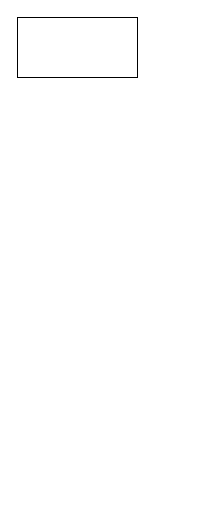
cyxm/CodeGenerator keeps this draw.io diagram as page "软件语义分类" (5 of 7) of base_model/实体和语言.drawio. Above is the earlier version. Source tidied: cells renumbered, new cells numbered last; positions are measured from the earlier drawing's top-left corner, leaving out a move shared by most shapes. Both pictures are drawn from the tidied source at 100%, with x=0, y=0 at pixel (17, 17).
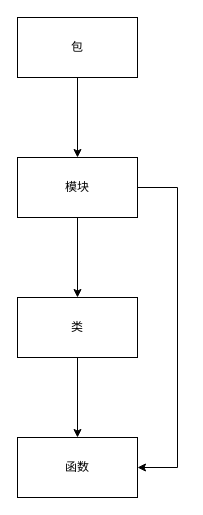
The same diagram, later.

Commit message:
更新实体和语言.drawio

The edit, as a diff of the source:
```diff
@@
 <mxGraphModel>
   <root>
     <mxCell id="0" />
     <mxCell id="1" parent="0" />
+    <mxCell id="3" style="edgeStyle=orthogonalEdgeStyle;rounded=0;jettySize=auto;html=1;" parent="1" edge="1" source="2" target="6">
+      <mxGeometry relative="1" as="geometry" />
+    </mxCell>
-    <mxCell id="2" style="rounded=0;whiteSpace=wrap;html=1;" parent="1" vertex="1">
+    <mxCell id="2" value="包" style="rounded=0;whiteSpace=wrap;html=1;" parent="1" vertex="1">
       <mxGeometry width="120" height="60" as="geometry" />
     </mxCell>
+    <mxCell id="4" style="edgeStyle=orthogonalEdgeStyle;rounded=0;jettySize=auto;html=1;" parent="1" edge="1" source="6" target="8">
+      <mxGeometry relative="1" as="geometry" />
+    </mxCell>
+    <mxCell id="5" style="edgeStyle=orthogonalEdgeStyle;rounded=0;jettySize=auto;html=1;entryX=1;entryY=0.5;entryDx=0;entryDy=0;exitX=1;exitY=0.5;exitDx=0;exitDy=0;" parent="1" edge="1" source="6" target="9">
+      <mxGeometry relative="1" as="geometry">
+        <Array as="points">
+          <mxPoint x="160" y="170" />
+          <mxPoint x="160" y="450" />
+        </Array>
+      </mxGeometry>
+    </mxCell>
+    <mxCell id="6" value="模块" style="rounded=0;whiteSpace=wrap;html=1;" parent="1" vertex="1">
+      <mxGeometry y="140" width="120" height="60" as="geometry" />
+    </mxCell>
+    <mxCell id="7" style="edgeStyle=orthogonalEdgeStyle;rounded=0;jettySize=auto;html=1;" parent="1" edge="1" source="8" target="9">
+      <mxGeometry relative="1" as="geometry" />
+    </mxCell>
+    <mxCell id="8" value="类" style="rounded=0;whiteSpace=wrap;html=1;" parent="1" vertex="1">
+      <mxGeometry y="280" width="120" height="60" as="geometry" />
+    </mxCell>
+    <mxCell id="9" value="函数" style="whiteSpace=wrap;html=1;rounded=0;" parent="1" vertex="1">
+      <mxGeometry y="420" width="120" height="60" as="geometry" />
+    </mxCell>
   </root>
 </mxGraphModel>
```
